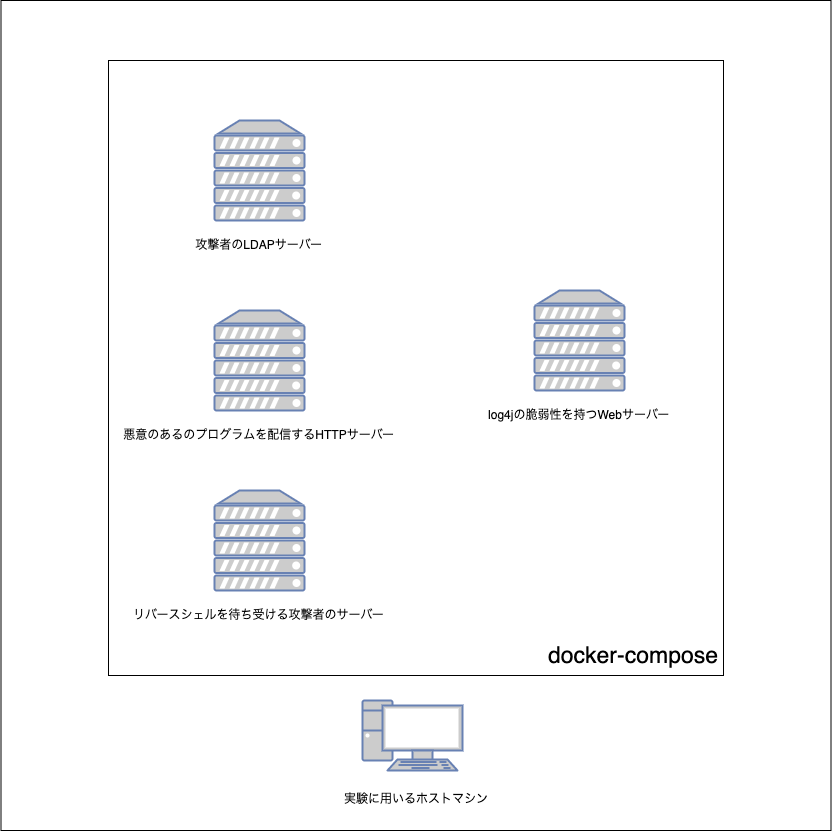
Above: composition.png in yuta0709/log4j-experiments (draw.io), before the change. Source tidied: cells renumbered, new cells last; positions are measured from the earlier drawing's top-left corner, leaving out a move shared by most shapes.
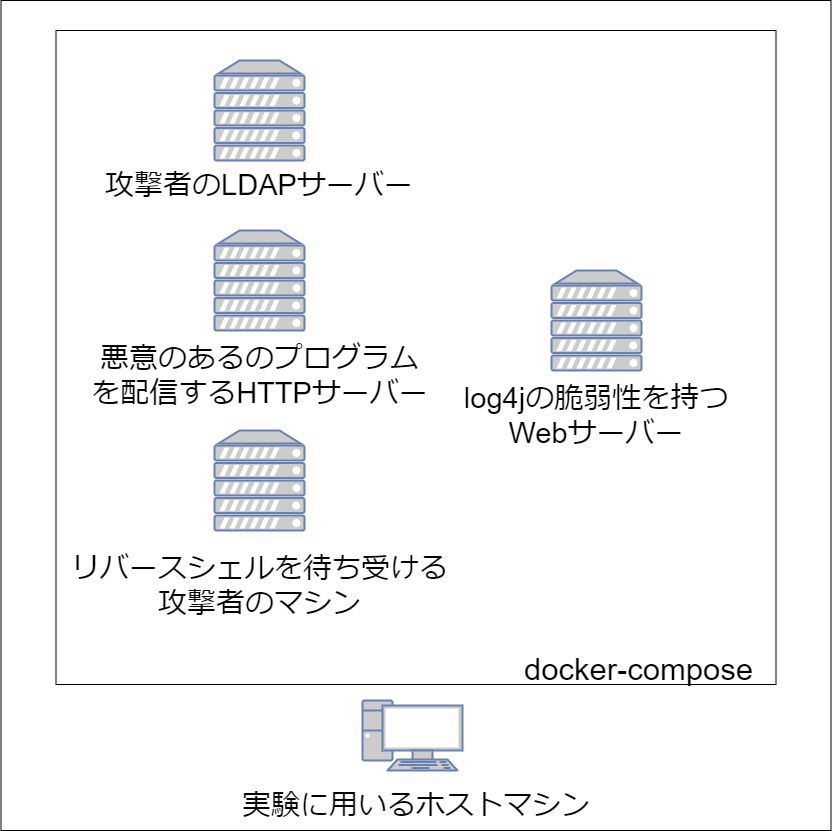
The same diagram one commit later.

Commit message:
fix composition diagram

Diff of the diagram source:
```diff
@@ -5,62 +5,107 @@
     <mxCell id="2" style="whiteSpace=wrap;html=1;sketch=0;fontSize=12;" parent="1" vertex="1">
       <mxGeometry x="0.5" width="830" height="830" as="geometry" />
     </mxCell>
-    <mxCell id="3" style="group;" parent="1" vertex="1">
-      <mxGeometry x="260.5" y="700" width="310" height="110" as="geometry" />
-    </mxCell>
-    <mxCell id="4" style="fontColor=#0066CC;verticalAlign=top;verticalLabelPosition=bottom;labelPosition=center;align=center;html=1;fillColor=#CCCCCC;strokeColor=#6881B3;gradientColor=none;gradientDirection=north;strokeWidth=2;shape=mxgraph.networks.pc;sketch=0;" parent="3" vertex="1">
-      <mxGeometry x="101.5" width="100" height="70" as="geometry" />
+    <mxCell id="4" style="fontColor=#0066CC;verticalAlign=top;verticalLabelPosition=bottom;labelPosition=center;align=center;html=1;fillColor=#CCCCCC;strokeColor=#6881B3;gradientColor=none;gradientDirection=north;strokeWidth=2;shape=mxgraph.networks.pc;sketch=0;" parent="1" vertex="1">
+      <mxGeometry x="362" y="700" width="100" height="70" as="geometry" />
     </mxCell>
-    <mxCell id="5" value="&lt;font style=&quot;font-size: 12px;&quot;&gt;実験に用いるホストマシン&lt;/font&gt;" style="text;html=1;strokeColor=none;fillColor=none;align=center;verticalAlign=middle;whiteSpace=wrap;rounded=0;sketch=0;fontSize=23;" parent="3" vertex="1">
-      <mxGeometry y="80" width="310" height="30" as="geometry" />
-    </mxCell>
-    <mxCell id="6" style="group;" parent="1" vertex="1">
-      <mxGeometry x="108" y="60" width="615" height="615" as="geometry" />
-    </mxCell>
-    <mxCell id="7" style="whiteSpace=wrap;html=1;sketch=0;" parent="6" vertex="1">
-      <mxGeometry width="615" height="615" as="geometry" />
+    <mxCell id="7" style="whiteSpace=wrap;html=1;sketch=0;" parent="1" vertex="1">
+      <mxGeometry x="108" y="60" width="615" height="615" as="geometry" />
     </mxCell>
-    <mxCell id="8" style="group;" parent="6" vertex="1">
-      <mxGeometry x="11" y="60" width="585" height="510" as="geometry" />
-    </mxCell>
-    <mxCell id="9" style="group;" parent="8" vertex="1">
-      <mxGeometry x="15" width="250" height="140" as="geometry" />
-    </mxCell>
+    <mxCell id="21" value="&lt;font style=&quot;font-size: 23px;&quot;&gt;docker-compose&lt;/font&gt;" style="text;html=1;strokeColor=none;fillColor=none;align=center;verticalAlign=middle;whiteSpace=wrap;rounded=0;sketch=0;" parent="1" vertex="1">
+      <mxGeometry x="543" y="640" width="180" height="30" as="geometry" />
+    </mxCell>
+    <mxCell id="22" style="edgeStyle=none;html=1;fontFamily=Helvetica;fontSize=12;fontColor=default;" parent="1" edge="1" source="16" target="13">
+      <mxGeometry relative="1" as="geometry" />
+    </mxCell>
-    <mxCell id="10" style="fontColor=#0066CC;verticalAlign=top;verticalLabelPosition=bottom;labelPosition=center;align=center;html=1;fillColor=#CCCCCC;strokeColor=#6881B3;gradientColor=none;gradientDirection=north;strokeWidth=2;shape=mxgraph.networks.server;sketch=0;" parent="9" vertex="1">
-      <mxGeometry x="80" width="90" height="100" as="geometry" />
+    <mxCell id="10" style="fontColor=#0066CC;verticalAlign=top;verticalLabelPosition=bottom;labelPosition=center;align=center;html=1;fillColor=#CCCCCC;strokeColor=#6881B3;gradientColor=none;gradientDirection=north;strokeWidth=2;shape=mxgraph.networks.server;sketch=0;" parent="1" vertex="1">
+      <mxGeometry x="214" y="120" width="90" height="100" as="geometry" />
     </mxCell>
-    <mxCell id="11" value="攻撃者のLDAPサーバー" style="text;html=1;strokeColor=none;fillColor=none;align=center;verticalAlign=middle;whiteSpace=wrap;rounded=0;sketch=0;" parent="9" vertex="1">
-      <mxGeometry y="110" width="250" height="30" as="geometry" />
+    <mxCell id="11" value="攻撃者のLDAPサーバー" style="text;html=1;strokeColor=none;fillColor=none;align=center;verticalAlign=middle;whiteSpace=wrap;rounded=0;sketch=0;" parent="1" vertex="1">
+      <mxGeometry x="134" y="230" width="250" height="30" as="geometry" />
     </mxCell>
-    <mxCell id="12" style="group;" parent="8" vertex="1">
-      <mxGeometry x="5" y="370" width="270" height="140" as="geometry" />
-    </mxCell>
+    <mxCell id="19" style="fontColor=#0066CC;verticalAlign=top;verticalLabelPosition=bottom;labelPosition=center;align=center;html=1;fillColor=#CCCCCC;strokeColor=#6881B3;gradientColor=none;gradientDirection=north;strokeWidth=2;shape=mxgraph.networks.server;sketch=0;" parent="1" vertex="1">
+      <mxGeometry x="534" y="290" width="90" height="100" as="geometry" />
+    </mxCell>
+    <mxCell id="20" value="log4jの脆弱性を持つWebサーバー" style="text;html=1;strokeColor=none;fillColor=none;align=center;verticalAlign=middle;whiteSpace=wrap;rounded=0;sketch=0;" parent="1" vertex="1">
+      <mxGeometry x="454" y="400" width="250" height="30" as="geometry" />
+    </mxCell>
+    <mxCell id="16" style="fontColor=#0066CC;verticalAlign=top;verticalLabelPosition=bottom;labelPosition=center;align=center;html=1;outlineConnect=0;fillColor=#CCCCCC;strokeColor=#6881B3;gradientColor=none;gradientDirection=north;strokeWidth=2;shape=mxgraph.networks.server;sketch=0;" parent="1" vertex="1">
+      <mxGeometry x="214" y="310" width="90" height="100" as="geometry" />
+    </mxCell>
+    <mxCell id="17" value="悪意のあるのプログラムを配信するHTTPサーバー" style="text;html=1;strokeColor=none;fillColor=none;align=center;verticalAlign=middle;whiteSpace=wrap;rounded=0;sketch=0;" parent="1" vertex="1">
+      <mxGeometry x="119" y="420" width="280" height="30" as="geometry" />
+    </mxCell>
-    <mxCell id="13" style="fontColor=#0066CC;verticalAlign=top;verticalLabelPosition=bottom;labelPosition=center;align=center;html=1;outlineConnect=0;fillColor=#CCCCCC;strokeColor=#6881B3;gradientColor=none;gradientDirection=north;strokeWidth=2;shape=mxgraph.networks.server;sketch=0;" parent="12" vertex="1">
-      <mxGeometry x="90" width="90" height="100" as="geometry" />
+    <mxCell id="13" style="fontColor=#0066CC;verticalAlign=top;verticalLabelPosition=bottom;labelPosition=center;align=center;html=1;outlineConnect=0;fillColor=#CCCCCC;strokeColor=#6881B3;gradientColor=none;gradientDirection=north;strokeWidth=2;shape=mxgraph.networks.server;sketch=0;" parent="1" vertex="1">
+      <mxGeometry x="214" y="490" width="90" height="100" as="geometry" />
     </mxCell>
-    <mxCell id="14" value="リバースシェルを待ち受ける攻撃者のサーバー" style="text;html=1;strokeColor=none;fillColor=none;align=center;verticalAlign=middle;whiteSpace=wrap;rounded=0;sketch=0;" parent="12" vertex="1">
-      <mxGeometry y="110" width="270" height="30" as="geometry" />
+    <mxCell id="14" value="リバースシェルを待ち受ける攻撃者のサーバー" style="text;html=1;strokeColor=none;fillColor=none;align=center;verticalAlign=middle;whiteSpace=wrap;rounded=0;sketch=0;" parent="1" vertex="1">
+      <mxGeometry x="124" y="600" width="270" height="30" as="geometry" />
     </mxCell>
-    <mxCell id="15" style="group;" parent="8" vertex="1">
-      <mxGeometry y="190" width="280" height="140" as="geometry" />
-    </mxCell>
-    <mxCell id="16" style="fontColor=#0066CC;verticalAlign=top;verticalLabelPosition=bottom;labelPosition=center;align=center;html=1;outlineConnect=0;fillColor=#CCCCCC;strokeColor=#6881B3;gradientColor=none;gradientDirection=north;strokeWidth=2;shape=mxgraph.networks.server;sketch=0;" parent="15" vertex="1">
-      <mxGeometry x="95" width="90" height="100" as="geometry" />
-    </mxCell>
-    <mxCell id="17" value="悪意のあるのプログラムを配信するHTTPサーバー" style="text;html=1;strokeColor=none;fillColor=none;align=center;verticalAlign=middle;whiteSpace=wrap;rounded=0;sketch=0;" parent="15" vertex="1">
-      <mxGeometry y="110" width="280" height="30" as="geometry" />
-    </mxCell>
-    <mxCell id="18" style="group;" parent="8" vertex="1">
-      <mxGeometry x="335" y="170" width="250" height="140" as="geometry" />
-    </mxCell>
-    <mxCell id="19" style="fontColor=#0066CC;verticalAlign=top;verticalLabelPosition=bottom;labelPosition=center;align=center;html=1;fillColor=#CCCCCC;strokeColor=#6881B3;gradientColor=none;gradientDirection=north;strokeWidth=2;shape=mxgraph.networks.server;sketch=0;" parent="18" vertex="1">
-      <mxGeometry x="80" width="90" height="100" as="geometry" />
-    </mxCell>
-    <mxCell id="20" value="log4jの脆弱性を持つWebサーバー" style="text;html=1;strokeColor=none;fillColor=none;align=center;verticalAlign=middle;whiteSpace=wrap;rounded=0;sketch=0;" parent="18" vertex="1">
-      <mxGeometry y="110" width="250" height="30" as="geometry" />
-    </mxCell>
-    <mxCell id="21" value="&lt;font style=&quot;font-size: 23px;&quot;&gt;docker-compose&lt;/font&gt;" style="text;html=1;strokeColor=none;fillColor=none;align=center;verticalAlign=middle;whiteSpace=wrap;rounded=0;sketch=0;" parent="6" vertex="1">
-      <mxGeometry x="435" y="580" width="180" height="30" as="geometry" />
-    </mxCell>
+    <mxCell id="23" style="whiteSpace=wrap;html=1;sketch=0;" parent="1" vertex="1">
+      <mxGeometry x="108" y="60" width="615" height="615" as="geometry" />
+    </mxCell>
+    <mxCell id="24" value="&lt;font style=&quot;font-size: 23px;&quot;&gt;docker-compose&lt;/font&gt;" style="text;html=1;strokeColor=none;fillColor=none;align=center;verticalAlign=middle;whiteSpace=wrap;rounded=0;sketch=0;" parent="1" vertex="1">
+      <mxGeometry x="543" y="640" width="180" height="30" as="geometry" />
+    </mxCell>
+    <mxCell id="25" style="edgeStyle=none;html=1;fontFamily=Helvetica;fontSize=12;fontColor=default;" parent="1" edge="1" source="30" target="32">
+      <mxGeometry relative="1" as="geometry" />
+    </mxCell>
+    <mxCell id="26" style="fontColor=#0066CC;verticalAlign=top;verticalLabelPosition=bottom;labelPosition=center;align=center;html=1;fillColor=#CCCCCC;strokeColor=#6881B3;gradientColor=none;gradientDirection=north;strokeWidth=2;shape=mxgraph.networks.server;sketch=0;" parent="1" vertex="1">
+      <mxGeometry x="214" y="120" width="90" height="100" as="geometry" />
+    </mxCell>
+    <mxCell id="27" value="攻撃者のLDAPサーバー" style="text;html=1;strokeColor=none;fillColor=none;align=center;verticalAlign=middle;whiteSpace=wrap;rounded=0;sketch=0;" parent="1" vertex="1">
+      <mxGeometry x="134" y="230" width="250" height="30" as="geometry" />
+    </mxCell>
+    <mxCell id="28" style="fontColor=#0066CC;verticalAlign=top;verticalLabelPosition=bottom;labelPosition=center;align=center;html=1;fillColor=#CCCCCC;strokeColor=#6881B3;gradientColor=none;gradientDirection=north;strokeWidth=2;shape=mxgraph.networks.server;sketch=0;" parent="1" vertex="1">
+      <mxGeometry x="534" y="290" width="90" height="100" as="geometry" />
+    </mxCell>
+    <mxCell id="29" value="log4jの脆弱性を持つWebサーバー" style="text;html=1;strokeColor=none;fillColor=none;align=center;verticalAlign=middle;whiteSpace=wrap;rounded=0;sketch=0;" parent="1" vertex="1">
+      <mxGeometry x="454" y="400" width="250" height="30" as="geometry" />
+    </mxCell>
+    <mxCell id="30" style="fontColor=#0066CC;verticalAlign=top;verticalLabelPosition=bottom;labelPosition=center;align=center;html=1;outlineConnect=0;fillColor=#CCCCCC;strokeColor=#6881B3;gradientColor=none;gradientDirection=north;strokeWidth=2;shape=mxgraph.networks.server;sketch=0;" parent="1" vertex="1">
+      <mxGeometry x="214" y="310" width="90" height="100" as="geometry" />
+    </mxCell>
+    <mxCell id="31" value="悪意のあるのプログラムを配信するHTTPサーバー" style="text;html=1;strokeColor=none;fillColor=none;align=center;verticalAlign=middle;whiteSpace=wrap;rounded=0;sketch=0;" parent="1" vertex="1">
+      <mxGeometry x="119" y="420" width="280" height="30" as="geometry" />
+    </mxCell>
+    <mxCell id="32" style="fontColor=#0066CC;verticalAlign=top;verticalLabelPosition=bottom;labelPosition=center;align=center;html=1;outlineConnect=0;fillColor=#CCCCCC;strokeColor=#6881B3;gradientColor=none;gradientDirection=north;strokeWidth=2;shape=mxgraph.networks.server;sketch=0;" parent="1" vertex="1">
+      <mxGeometry x="214" y="490" width="90" height="100" as="geometry" />
+    </mxCell>
+    <mxCell id="33" value="リバースシェルを待ち受ける攻撃者のサーバー" style="text;html=1;strokeColor=none;fillColor=none;align=center;verticalAlign=middle;whiteSpace=wrap;rounded=0;sketch=0;" parent="1" vertex="1">
+      <mxGeometry x="124" y="600" width="270" height="30" as="geometry" />
+    </mxCell>
+    <mxCell id="5" value="&lt;font style=&quot;font-size: 29px;&quot;&gt;実験に用いるホストマシン&lt;/font&gt;" style="text;html=1;strokeColor=none;fillColor=none;align=center;verticalAlign=middle;whiteSpace=wrap;rounded=0;sketch=0;fontSize=29;" parent="1" vertex="1">
+      <mxGeometry x="231.8" y="790" width="367.5" height="30" as="geometry" />
+    </mxCell>
+    <mxCell id="34" style="whiteSpace=wrap;html=1;sketch=0;" parent="1" vertex="1">
+      <mxGeometry x="55.5" y="30" width="720" height="654" as="geometry" />
+    </mxCell>
+    <mxCell id="35" value="&lt;font style=&quot;font-size: 31px;&quot;&gt;docker-compose&lt;/font&gt;" style="text;html=1;strokeColor=none;fillColor=none;align=center;verticalAlign=middle;whiteSpace=wrap;rounded=0;sketch=0;" parent="1" vertex="1">
+      <mxGeometry x="500.5" y="654" width="275" height="30" as="geometry" />
+    </mxCell>
+    <mxCell id="36" style="fontColor=#0066CC;verticalAlign=top;verticalLabelPosition=bottom;labelPosition=center;align=center;html=1;fillColor=#CCCCCC;strokeColor=#6881B3;gradientColor=none;gradientDirection=north;strokeWidth=2;shape=mxgraph.networks.server;sketch=0;" parent="1" vertex="1">
+      <mxGeometry x="214" y="60" width="90" height="100" as="geometry" />
+    </mxCell>
+    <mxCell id="37" value="攻撃者のLDAPサーバー" style="text;html=1;strokeColor=none;fillColor=none;align=center;verticalAlign=middle;whiteSpace=wrap;rounded=0;sketch=0;fontSize=29;" parent="1" vertex="1">
+      <mxGeometry x="102" y="170" width="314" height="30" as="geometry" />
+    </mxCell>
+    <mxCell id="38" style="fontColor=#0066CC;verticalAlign=top;verticalLabelPosition=bottom;labelPosition=center;align=center;html=1;fillColor=#CCCCCC;strokeColor=#6881B3;gradientColor=none;gradientDirection=north;strokeWidth=2;shape=mxgraph.networks.server;sketch=0;" parent="1" vertex="1">
+      <mxGeometry x="551" y="270" width="90" height="100" as="geometry" />
+    </mxCell>
+    <mxCell id="39" value="log4jの脆弱性を持つWebサーバー" style="text;html=1;strokeColor=none;fillColor=none;align=center;verticalAlign=middle;whiteSpace=wrap;rounded=0;sketch=0;fontSize=29;" parent="1" vertex="1">
+      <mxGeometry x="454" y="400" width="284" height="30" as="geometry" />
+    </mxCell>
+    <mxCell id="40" style="fontColor=#0066CC;verticalAlign=top;verticalLabelPosition=bottom;labelPosition=center;align=center;html=1;fillColor=#CCCCCC;strokeColor=#6881B3;gradientColor=none;gradientDirection=north;strokeWidth=2;shape=mxgraph.networks.server;sketch=0;" parent="1" vertex="1">
+      <mxGeometry x="214" y="230" width="90" height="100" as="geometry" />
+    </mxCell>
+    <mxCell id="41" value="悪意のあるのプログラムを配信するHTTPサーバー" style="text;html=1;strokeColor=none;fillColor=none;align=center;verticalAlign=middle;whiteSpace=wrap;rounded=0;sketch=0;fontSize=29;" parent="1" vertex="1">
+      <mxGeometry x="89.5" y="360" width="339" height="30" as="geometry" />
+    </mxCell>
+    <mxCell id="42" style="fontColor=#0066CC;verticalAlign=top;verticalLabelPosition=bottom;labelPosition=center;align=center;html=1;fillColor=#CCCCCC;strokeColor=#6881B3;gradientColor=none;gradientDirection=north;strokeWidth=2;shape=mxgraph.networks.server;sketch=0;" parent="1" vertex="1">
+      <mxGeometry x="214" y="430" width="90" height="100" as="geometry" />
+    </mxCell>
+    <mxCell id="43" value="リバースシェルを待ち受ける攻撃者のマシン" style="text;html=1;strokeColor=none;fillColor=none;align=center;verticalAlign=middle;whiteSpace=wrap;rounded=0;sketch=0;fontSize=29;" parent="1" vertex="1">
+      <mxGeometry x="69.5" y="570" width="379" height="30" as="geometry" />
+    </mxCell>
   </root>
 </mxGraphModel>
```
